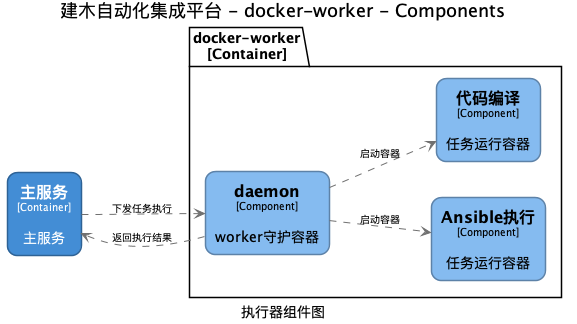
The PlantUML diagram out/c4/structurizr-worker-component/建木自动化集成平台 - docker-worker - Components.png in jianmu-dev/jianmu-architecture-as-code, before a commit.
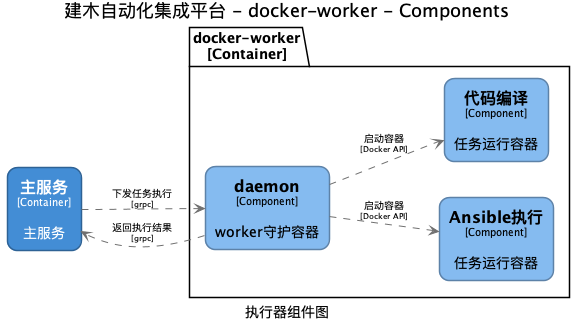
After the change.

What changed in the source:
```diff
@@ -41,8 +41,8 @@
   rectangle "==daemon\n<size:10>[Component]</size>\n\nworker守护容器" <<13>> as 13
   rectangle "==代码编译\n<size:10>[Component]</size>\n\n任务运行容器" <<14>> as 14
 }
-13 .[#707070].> 15 : "启动容器"
-13 .[#707070].> 4 : "返回执行结果"
-13 .[#707070].> 14 : "启动容器"
-4 .[#707070].> 13 : "下发任务执行"
+13 .[#707070].> 15 : "启动容器\n<size:8>[Docker API]</size>"
+13 .[#707070].> 4 : "返回执行结果\n<size:8>[grpc]</size>"
+13 .[#707070].> 14 : "启动容器\n<size:8>[Docker API]</size>"
+4 .[#707070].> 13 : "下发任务执行\n<size:8>[grpc]</size>"
 @enduml
```
